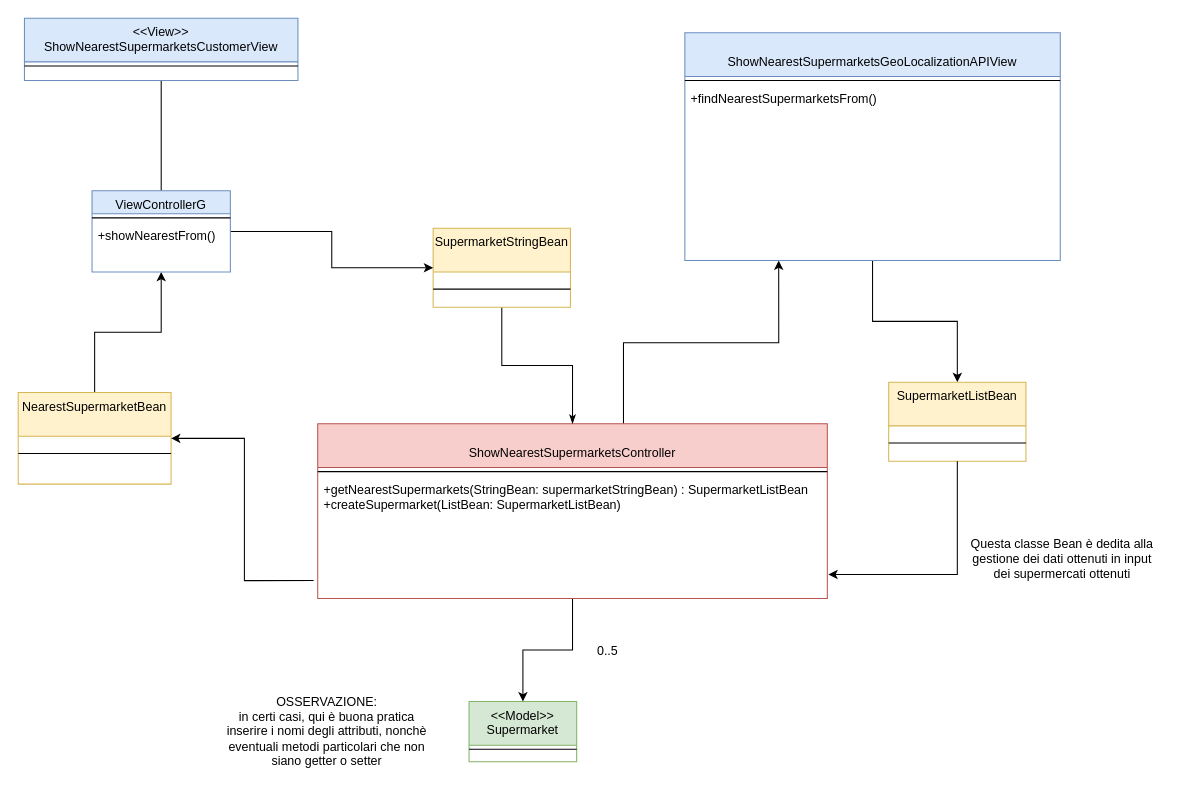
Earlier version of the draw.io diagram docx&pdf/ClassDiagram_BCE/DESIGN_ShowNearestSupermarket.drawio (FredHats99/HealthyCart). Source tidied: cells renumbered, new cells numbered last; positions are measured from the earlier drawing's top-left corner, leaving out a move shared by most shapes. Both pictures are drawn from the tidied source at 104%, with x=0, y=0 at pixel (18, 18).
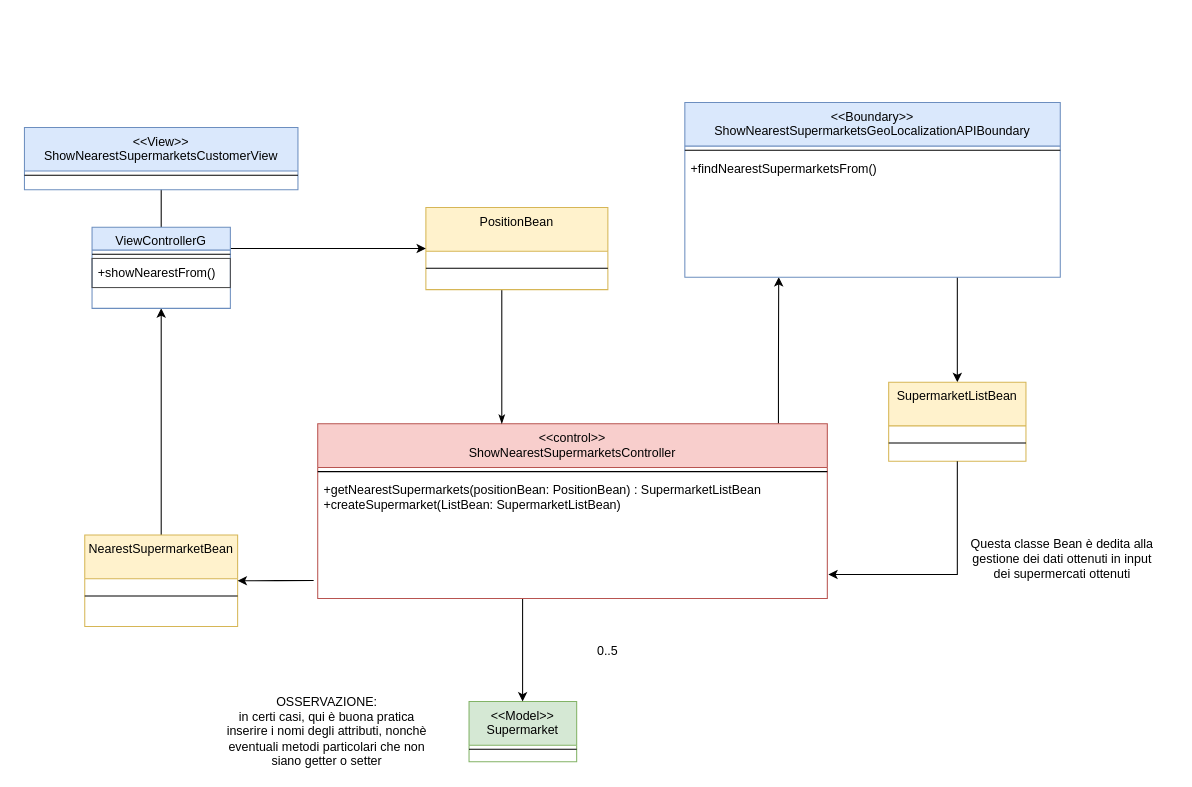
The same page after the edit.

Commit message (it also covers changes not shown here):
design searchProduct and nearestsupermarket modified

The change refers to these unchanged cells:
```xml
<mxCell id="2" value="&lt;&lt;Model&gt;&gt;&#10;Supermarket" style="swimlane;fontStyle=0;align=center;verticalAlign=top;horizontal=1;startSize=42;rounded=0;shadow=0;strokeWidth=1;fillColor=#d5e8d4;strokeColor=#82b366;" parent="1" vertex="1">
  <mxGeometry x="433.5" y="657" width="103.5" height="58" as="geometry" />
</mxCell>
<mxCell id="17" value="SupermarketListBean" style="swimlane;fontStyle=0;align=center;verticalAlign=top;horizontal=1;startSize=42;rounded=0;shadow=0;strokeWidth=1;fillColor=#fff2cc;strokeColor=#d6b656;" parent="1" vertex="1">
  <mxGeometry x="837" y="350" width="132" height="76" as="geometry" />
</mxCell>
```

What changed in the source:
```diff
@@
     <mxCell id="4" style="edgeStyle=orthogonalEdgeStyle;rounded=0;jettySize=auto;html=1;" parent="1" edge="1" source="6" target="2">
-      <mxGeometry relative="1" as="geometry" />
+      <mxGeometry relative="1" as="geometry">
+        <Array as="points">
+          <mxPoint x="485" y="584" />
+          <mxPoint x="485" y="584" />
+        </Array>
+      </mxGeometry>
     </mxCell>
     <mxCell id="5" style="edgeStyle=orthogonalEdgeStyle;rounded=0;jettySize=auto;html=1;entryX=0.25;entryY=1;entryDx=0;entryDy=0;endArrow=classic;endFill=1;" parent="1" edge="1" source="6" target="13">
       <mxGeometry relative="1" as="geometry">
         <Array as="points">
-          <mxPoint x="582" y="312" />
-          <mxPoint x="731" y="312" />
+          <mxPoint x="731" y="341" />
+          <mxPoint x="731" y="341" />
         </Array>
       </mxGeometry>
     </mxCell>
-    <mxCell id="6" value="&#10;ShowNearestSupermarketsController&#10;" style="swimlane;fontStyle=0;align=center;verticalAlign=top;horizontal=1;startSize=42;rounded=0;shadow=0;strokeWidth=1;fillColor=#f8cecc;strokeColor=#b85450;" parent="1" vertex="1">
+    <mxCell id="6" value="&lt;&lt;control&gt;&gt;&#10;ShowNearestSupermarketsController&#10;" style="swimlane;fontStyle=0;align=center;verticalAlign=top;horizontal=1;startSize=42;rounded=0;shadow=0;strokeWidth=1;fillColor=#f8cecc;strokeColor=#b85450;" parent="1" vertex="1">
       <mxGeometry x="288" y="390" width="490" height="168" as="geometry" />
     </mxCell>
@@
-    <mxCell id="8" value="+getNearestSupermarkets(StringBean: supermarketStringBean) : SupermarketListBean&#10;+createSupermarket(ListBean: SupermarketListBean)&#10;" style="text;align=left;verticalAlign=top;spacingLeft=4;spacingRight=4;overflow=hidden;points=[[0,0.5],[1,0.5]];portConstraint=eastwest;" parent="6" vertex="1">
+    <mxCell id="8" value="+getNearestSupermarkets(positionBean: PositionBean) : SupermarketListBean&#10;+createSupermarket(ListBean: SupermarketListBean)&#10;" style="text;align=left;verticalAlign=top;spacingLeft=4;spacingRight=4;overflow=hidden;points=[[0,0.5],[1,0.5]];portConstraint=eastwest;" parent="6" vertex="1">
       <mxGeometry y="50" width="490" height="118" as="geometry" />
     </mxCell>
@@
     <mxCell id="10" value="&lt;&lt;View&gt;&gt;&#10;ShowNearestSupermarketsCustomerView&#10;" style="swimlane;fontStyle=0;align=center;verticalAlign=top;horizontal=1;startSize=42;rounded=0;shadow=0;strokeWidth=1;fillColor=#dae8fc;strokeColor=#6c8ebf;" parent="1" vertex="1">
-      <mxGeometry x="6" width="263" height="60" as="geometry" />
+      <mxGeometry x="6" y="105" width="263" height="60" as="geometry" />
     </mxCell>
@@
     <mxCell id="12" style="edgeStyle=orthogonalEdgeStyle;rounded=0;jettySize=auto;html=1;startArrow=none;startFill=0;endArrow=classic;endFill=1;" parent="1" edge="1" source="13" target="17">
-      <mxGeometry relative="1" as="geometry" />
+      <mxGeometry relative="1" as="geometry">
+        <Array as="points">
+          <mxPoint x="903" y="254" />
+          <mxPoint x="903" y="254" />
+        </Array>
+      </mxGeometry>
     </mxCell>
-    <mxCell id="13" value="&#10;ShowNearestSupermarketsGeoLocalizationAPIView" style="swimlane;fontStyle=0;align=center;verticalAlign=top;horizontal=1;startSize=42;rounded=0;shadow=0;strokeWidth=1;fillColor=#dae8fc;strokeColor=#6c8ebf;" parent="1" vertex="1">
-      <mxGeometry x="641" y="14" width="361" height="219" as="geometry" />
+    <mxCell id="13" value="&lt;&lt;Boundary&gt;&gt;&#10;ShowNearestSupermarketsGeoLocalizationAPIBoundary" style="swimlane;fontStyle=0;align=center;verticalAlign=top;horizontal=1;startSize=42;rounded=0;shadow=0;strokeWidth=1;fillColor=#dae8fc;strokeColor=#6c8ebf;" parent="1" vertex="1">
+      <mxGeometry x="641" y="81" width="361" height="168" as="geometry" />
     </mxCell>
@@
     <mxCell id="21" value="NearestSupermarketBean" style="swimlane;fontStyle=0;align=center;verticalAlign=top;horizontal=1;startSize=42;rounded=0;shadow=0;strokeWidth=1;fillColor=#fff2cc;strokeColor=#d6b656;" parent="1" vertex="1">
-      <mxGeometry y="360" width="147" height="88" as="geometry" />
+      <mxGeometry x="64" y="497" width="147" height="88" as="geometry" />
     </mxCell>
@@
     <mxCell id="25" style="edgeStyle=orthogonalEdgeStyle;rounded=0;jettySize=auto;html=1;startArrow=none;startFill=0;endArrow=classicThin;endFill=1;" parent="1" edge="1" source="26" target="6">
-      <mxGeometry relative="1" as="geometry" />
+      <mxGeometry relative="1" as="geometry">
+        <Array as="points">
+          <mxPoint x="465" y="364" />
+          <mxPoint x="465" y="364" />
+        </Array>
+      </mxGeometry>
     </mxCell>
-    <mxCell id="26" value="SupermarketStringBean" style="swimlane;fontStyle=0;align=center;verticalAlign=top;horizontal=1;startSize=42;rounded=0;shadow=0;strokeWidth=1;fillColor=#fff2cc;strokeColor=#d6b656;" parent="1" vertex="1">
-      <mxGeometry x="399" y="202" width="132" height="76" as="geometry" />
+    <mxCell id="26" value="PositionBean" style="swimlane;fontStyle=0;align=center;verticalAlign=top;horizontal=1;startSize=42;rounded=0;shadow=0;strokeWidth=1;fillColor=#fff2cc;strokeColor=#d6b656;" parent="1" vertex="1">
+      <mxGeometry x="392" y="182" width="175" height="79" as="geometry" />
     </mxCell>
     <mxCell id="27" style="line;html=1;strokeWidth=1;align=left;verticalAlign=middle;spacingTop=-1;spacingLeft=3;spacingRight=3;labelPosition=right;" parent="26" vertex="1">
-      <mxGeometry y="42" width="132" height="33" as="geometry" />
+      <mxGeometry y="42" width="175" height="33" as="geometry" />
     </mxCell>
@@
     <mxCell id="29" style="edgeStyle=orthogonalEdgeStyle;rounded=0;jettySize=auto;html=1;entryX=0;entryY=0.5;entryDx=0;entryDy=0;endArrow=classic;endFill=1;" parent="1" edge="1" source="30" target="26">
-      <mxGeometry relative="1" as="geometry" />
+      <mxGeometry relative="1" as="geometry">
+        <Array as="points">
+          <mxPoint x="302" y="222" />
+        </Array>
+      </mxGeometry>
     </mxCell>
     <mxCell id="30" value="ViewControllerG" style="swimlane;fontStyle=0;align=center;verticalAlign=top;horizontal=1;startSize=22;rounded=0;shadow=0;strokeWidth=1;fillColor=#dae8fc;strokeColor=#6c8ebf;" parent="1" vertex="1">
-      <mxGeometry x="71" y="166" width="133" height="78" as="geometry" />
+      <mxGeometry x="71" y="201" width="133" height="78" as="geometry" />
     </mxCell>
@@
-    <mxCell id="32" value="+showNearestFrom()" style="text;align=left;verticalAlign=top;spacingLeft=4;spacingRight=4;overflow=hidden;" parent="30" vertex="1">
+    <mxCell id="32" value="+showNearestFrom()" style="text;align=left;verticalAlign=top;spacingLeft=4;spacingRight=4;overflow=hidden;strokeColor=#4D4D4D;" parent="30" vertex="1">
       <mxGeometry y="30" width="133" height="28" as="geometry" />
     </mxCell>
```
